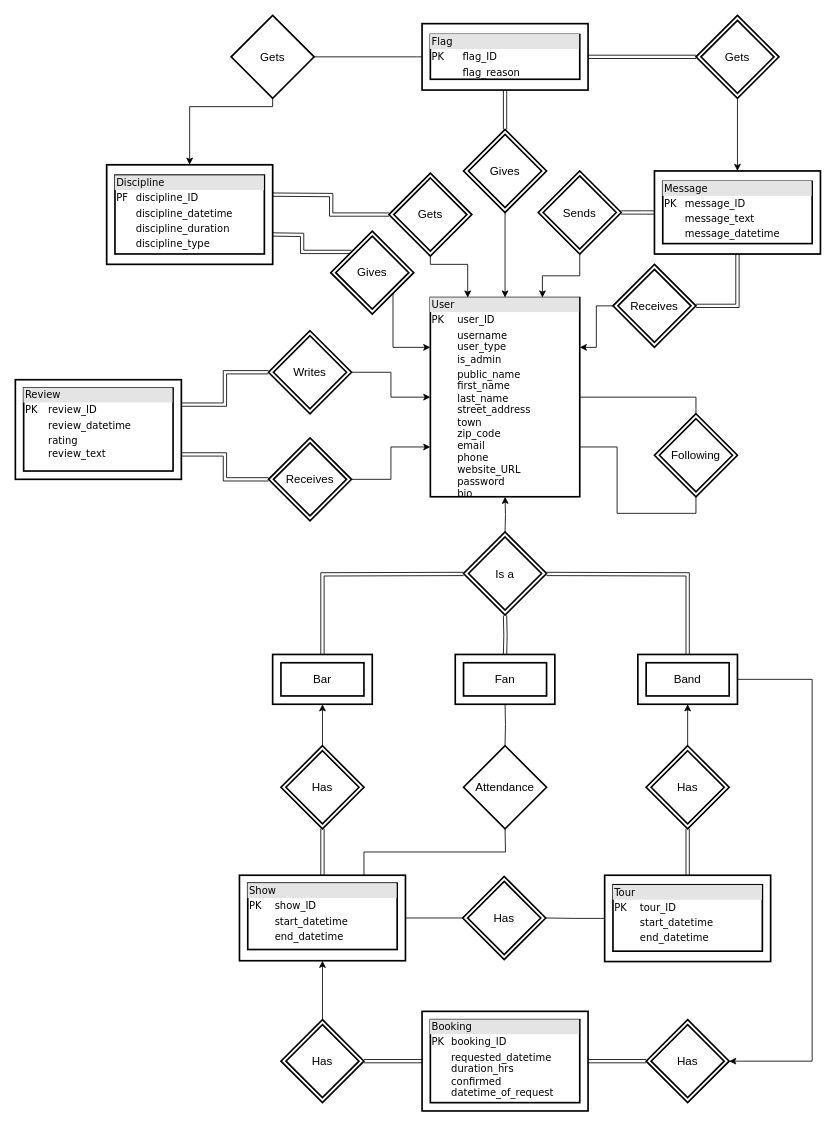
Above: Design Document/er_diagram.drawio in nrwhite88/csc499 (draw.io), before the change. Source tidied: cells renumbered, new cells numbered last; positions are measured from the earlier drawing's top-left corner, leaving out a move shared by most shapes. Both pictures are drawn from the tidied source at 83%, with x=0, y=0 at pixel (15, 15).
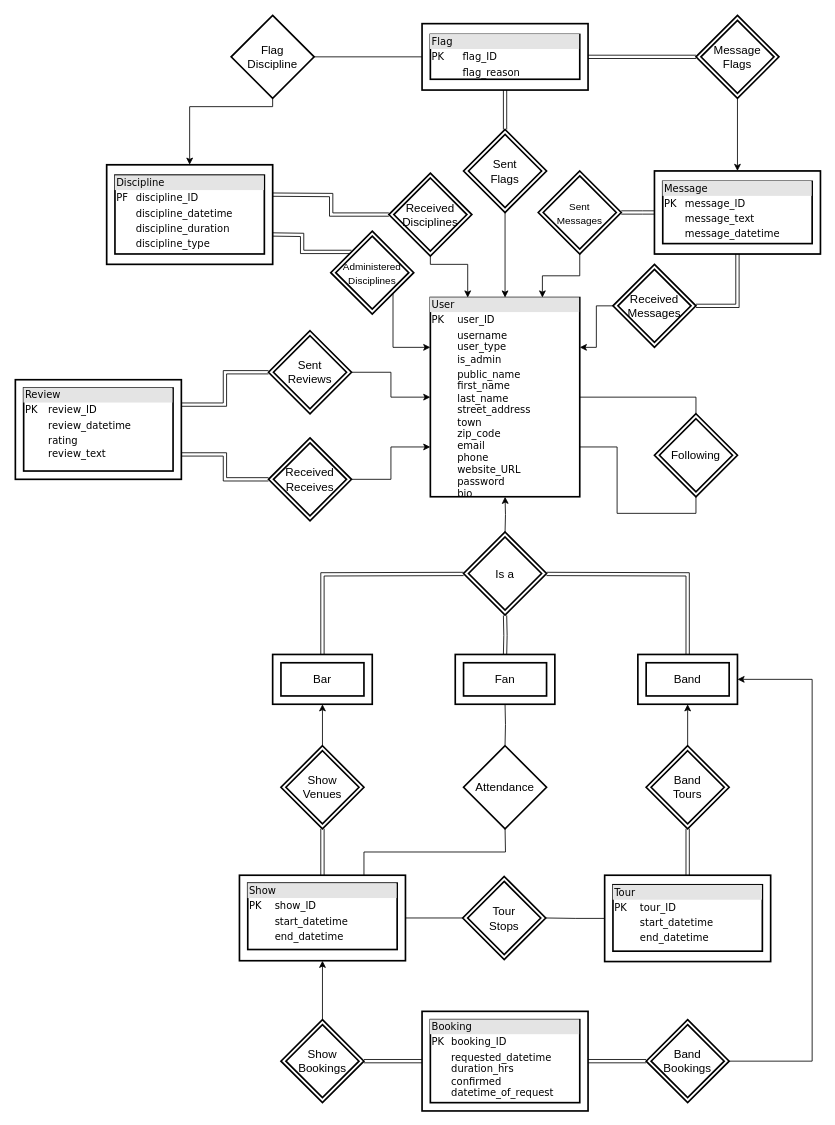
The same diagram, later.

Commit message (it also covers changes not shown here):
updated relation names in ER diagram to match sql script

The change refers to these unchanged cells:
```xml
<mxCell id="46" style="rounded=0;whiteSpace=wrap;html=1;shadow=0;glass=0;comic=0;strokeColor=#000000;strokeWidth=2;fillColor=none;" parent="44" vertex="1">
  <mxGeometry width="120" height="60" as="geometry" />
</mxCell>
```

Diff of the diagram source:
```diff
@@
-    <mxCell id="13" style="edgeStyle=orthogonalEdgeStyle;rounded=0;jettySize=auto;html=1;exitX=1;exitY=0.5;exitDx=0;exitDy=0;entryX=1;entryY=0.5;entryDx=0;entryDy=0;startArrow=none;startFill=0;endArrow=classic;endFill=1;strokeColor=#000000;" parent="1" edge="1" source="46" target="35">
+    <mxCell id="13" style="edgeStyle=orthogonalEdgeStyle;rounded=0;jettySize=auto;html=1;exitX=1;exitY=0.5;exitDx=0;exitDy=0;entryX=1;entryY=0.5;entryDx=0;entryDy=0;startArrow=classic;startFill=1;endArrow=none;endFill=0;strokeColor=#000000;" parent="1" edge="1" source="46" target="35">
       <mxGeometry relative="1" as="geometry">
         <Array as="points">
           <mxPoint x="960" y="800" />
           <mxPoint x="960" y="1260" />
         </Array>
       </mxGeometry>
     </mxCell>
@@
-    <mxCell id="15" value="Gets" style="shape=rhombus;double=1;strokeWidth=2;fontSize=17;perimeter=rhombusPerimeter;whiteSpace=wrap;html=1;align=center;fontSize=14;" parent="1" vertex="1">
+    <mxCell id="15" value="Received&lt;br&gt;Disciplines" style="shape=rhombus;double=1;strokeWidth=2;fontSize=17;perimeter=rhombusPerimeter;whiteSpace=wrap;html=1;align=center;fontSize=14;" parent="1" vertex="1">
       <mxGeometry x="450" y="190" width="100" height="100" as="geometry" />
     </mxCell>
@@
-    <mxCell id="17" value="Sends" style="shape=rhombus;double=1;strokeWidth=2;fontSize=17;perimeter=rhombusPerimeter;whiteSpace=wrap;html=1;align=center;fontSize=14;" parent="1" vertex="1">
+    <mxCell id="17" value="&lt;font style=&quot;font-size: 12px&quot;&gt;Sent&lt;br&gt;Messages&lt;/font&gt;" style="shape=rhombus;double=1;strokeWidth=2;fontSize=17;perimeter=rhombusPerimeter;whiteSpace=wrap;html=1;align=center;fontSize=14;" parent="1" vertex="1">
       <mxGeometry x="630" y="187.5" width="100" height="100" as="geometry" />
     </mxCell>
@@
-    <mxCell id="24" value="Receives" style="shape=rhombus;double=1;strokeWidth=2;fontSize=17;perimeter=rhombusPerimeter;whiteSpace=wrap;html=1;align=center;fontSize=14;" parent="1" vertex="1">
+    <mxCell id="24" value="Received&lt;br&gt;Receives" style="shape=rhombus;double=1;strokeWidth=2;fontSize=17;perimeter=rhombusPerimeter;whiteSpace=wrap;html=1;align=center;fontSize=14;" parent="1" vertex="1">
       <mxGeometry x="305" y="509" width="100" height="100" as="geometry" />
     </mxCell>
@@
-    <mxCell id="29" value="Has" style="shape=rhombus;double=1;strokeWidth=2;fontSize=17;perimeter=rhombusPerimeter;whiteSpace=wrap;html=1;align=center;fontSize=14;" parent="1" vertex="1">
+    <mxCell id="29" value="Show&lt;br&gt;Venues" style="shape=rhombus;double=1;strokeWidth=2;fontSize=17;perimeter=rhombusPerimeter;whiteSpace=wrap;html=1;align=center;fontSize=14;" parent="1" vertex="1">
       <mxGeometry x="320" y="880" width="100" height="100" as="geometry" />
     </mxCell>
@@
-    <mxCell id="31" value="Gets" style="shape=rhombus;double=1;strokeWidth=2;fontSize=17;perimeter=rhombusPerimeter;whiteSpace=wrap;html=1;align=center;fontSize=14;" parent="1" vertex="1">
+    <mxCell id="31" value="Message&lt;br&gt;Flags" style="shape=rhombus;double=1;strokeWidth=2;fontSize=17;perimeter=rhombusPerimeter;whiteSpace=wrap;html=1;align=center;fontSize=14;" parent="1" vertex="1">
       <mxGeometry x="820" width="100" height="100" as="geometry" />
     </mxCell>
@@
-    <mxCell id="34" value="Has" style="shape=rhombus;double=1;strokeWidth=2;fontSize=17;perimeter=rhombusPerimeter;whiteSpace=wrap;html=1;align=center;fontSize=14;" parent="1" vertex="1">
+    <mxCell id="34" value="Show&lt;br&gt;Bookings" style="shape=rhombus;double=1;strokeWidth=2;fontSize=17;perimeter=rhombusPerimeter;whiteSpace=wrap;html=1;align=center;fontSize=14;" parent="1" vertex="1">
       <mxGeometry x="320" y="1210" width="100" height="100" as="geometry" />
     </mxCell>
-    <mxCell id="35" value="Has" style="shape=rhombus;double=1;strokeWidth=2;fontSize=17;perimeter=rhombusPerimeter;whiteSpace=wrap;html=1;align=center;fontSize=14;" parent="1" vertex="1">
+    <mxCell id="35" value="Band&lt;br&gt;Bookings" style="shape=rhombus;double=1;strokeWidth=2;fontSize=17;perimeter=rhombusPerimeter;whiteSpace=wrap;html=1;align=center;fontSize=14;" parent="1" vertex="1">
       <mxGeometry x="760" y="1210" width="100" height="100" as="geometry" />
     </mxCell>
@@
-    <mxCell id="37" value="Has" style="shape=rhombus;double=1;strokeWidth=2;fontSize=17;perimeter=rhombusPerimeter;whiteSpace=wrap;html=1;align=center;fontSize=14;" parent="1" vertex="1">
+    <mxCell id="37" value="Band&lt;br&gt;Tours" style="shape=rhombus;double=1;strokeWidth=2;fontSize=17;perimeter=rhombusPerimeter;whiteSpace=wrap;html=1;align=center;fontSize=14;" parent="1" vertex="1">
       <mxGeometry x="760" y="880" width="100" height="100" as="geometry" />
     </mxCell>
@@
-    <mxCell id="39" value="Has" style="shape=rhombus;double=1;strokeWidth=2;fontSize=17;perimeter=rhombusPerimeter;whiteSpace=wrap;html=1;align=center;fontSize=14;" parent="1" vertex="1">
+    <mxCell id="39" value="Tour&lt;br&gt;Stops" style="shape=rhombus;double=1;strokeWidth=2;fontSize=17;perimeter=rhombusPerimeter;whiteSpace=wrap;html=1;align=center;fontSize=14;" parent="1" vertex="1">
       <mxGeometry x="539" y="1037.5" width="100" height="100" as="geometry" />
     </mxCell>
@@
-    <mxCell id="43" value="Gets" style="shape=rhombus;strokeWidth=2;fontSize=17;perimeter=rhombusPerimeter;whiteSpace=wrap;html=1;align=center;fontSize=14;" parent="1" vertex="1">
+    <mxCell id="43" value="Flag&lt;br&gt;Discipline" style="shape=rhombus;strokeWidth=2;fontSize=17;perimeter=rhombusPerimeter;whiteSpace=wrap;html=1;align=center;fontSize=14;" parent="1" vertex="1">
       <mxGeometry x="260" width="100" height="100" as="geometry" />
     </mxCell>
@@
-    <mxCell id="81" value="Gives" style="shape=rhombus;double=1;strokeWidth=2;fontSize=17;perimeter=rhombusPerimeter;whiteSpace=wrap;html=1;align=center;fontSize=14;" parent="1" vertex="1">
+    <mxCell id="81" value="Sent&lt;br&gt;Flags" style="shape=rhombus;double=1;strokeWidth=2;fontSize=17;perimeter=rhombusPerimeter;whiteSpace=wrap;html=1;align=center;fontSize=14;" parent="1" vertex="1">
       <mxGeometry x="540" y="137.5" width="100" height="100" as="geometry" />
     </mxCell>
@@
-    <mxCell id="83" value="Writes" style="shape=rhombus;double=1;strokeWidth=2;fontSize=17;perimeter=rhombusPerimeter;whiteSpace=wrap;html=1;align=center;fontSize=14;" parent="1" vertex="1">
+    <mxCell id="83" value="Sent&lt;br&gt;Reviews" style="shape=rhombus;double=1;strokeWidth=2;fontSize=17;perimeter=rhombusPerimeter;whiteSpace=wrap;html=1;align=center;fontSize=14;" parent="1" vertex="1">
       <mxGeometry x="305" y="380" width="100" height="100" as="geometry" />
     </mxCell>
@@
-    <mxCell id="87" value="Gives" style="shape=rhombus;double=1;strokeWidth=2;fontSize=17;perimeter=rhombusPerimeter;whiteSpace=wrap;html=1;align=center;fontSize=14;" parent="1" vertex="1">
+    <mxCell id="87" value="&lt;font style=&quot;font-size: 12px&quot;&gt;&lt;font&gt;Administered&lt;/font&gt;&lt;br&gt;Disciplines&lt;/font&gt;" style="shape=rhombus;double=1;strokeWidth=2;fontSize=17;perimeter=rhombusPerimeter;whiteSpace=wrap;html=1;align=center;fontSize=14;" parent="1" vertex="1">
       <mxGeometry x="380" y="260" width="100" height="100" as="geometry" />
     </mxCell>
@@
-    <mxCell id="90" value="Receives" style="shape=rhombus;double=1;strokeWidth=2;fontSize=17;perimeter=rhombusPerimeter;whiteSpace=wrap;html=1;align=center;fontSize=14;" parent="1" vertex="1">
+    <mxCell id="90" value="Received&lt;br&gt;Messages" style="shape=rhombus;double=1;strokeWidth=2;fontSize=17;perimeter=rhombusPerimeter;whiteSpace=wrap;html=1;align=center;fontSize=14;" parent="1" vertex="1">
       <mxGeometry x="720" y="300" width="100" height="100" as="geometry" />
     </mxCell>
```
